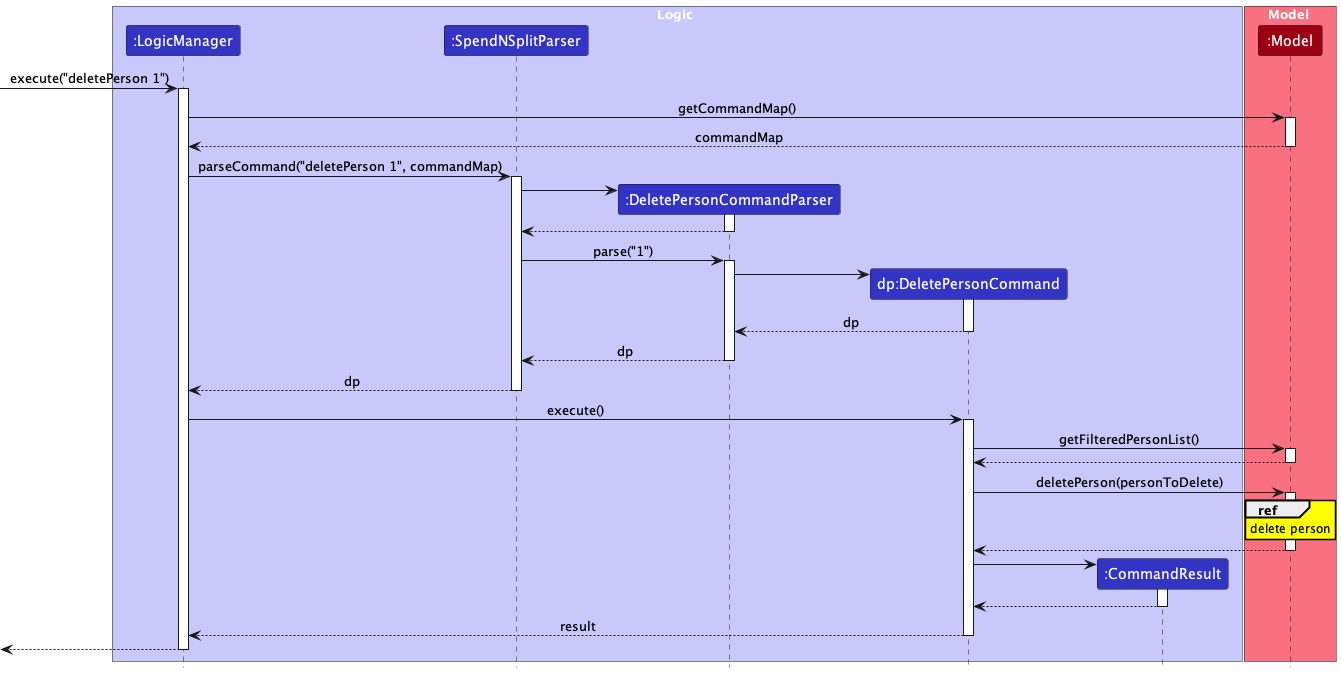
wui-hong/tp keeps this PlantUML diagram as docs/images/DeletePersonSequenceDiagram.png. Above is the earlier version.
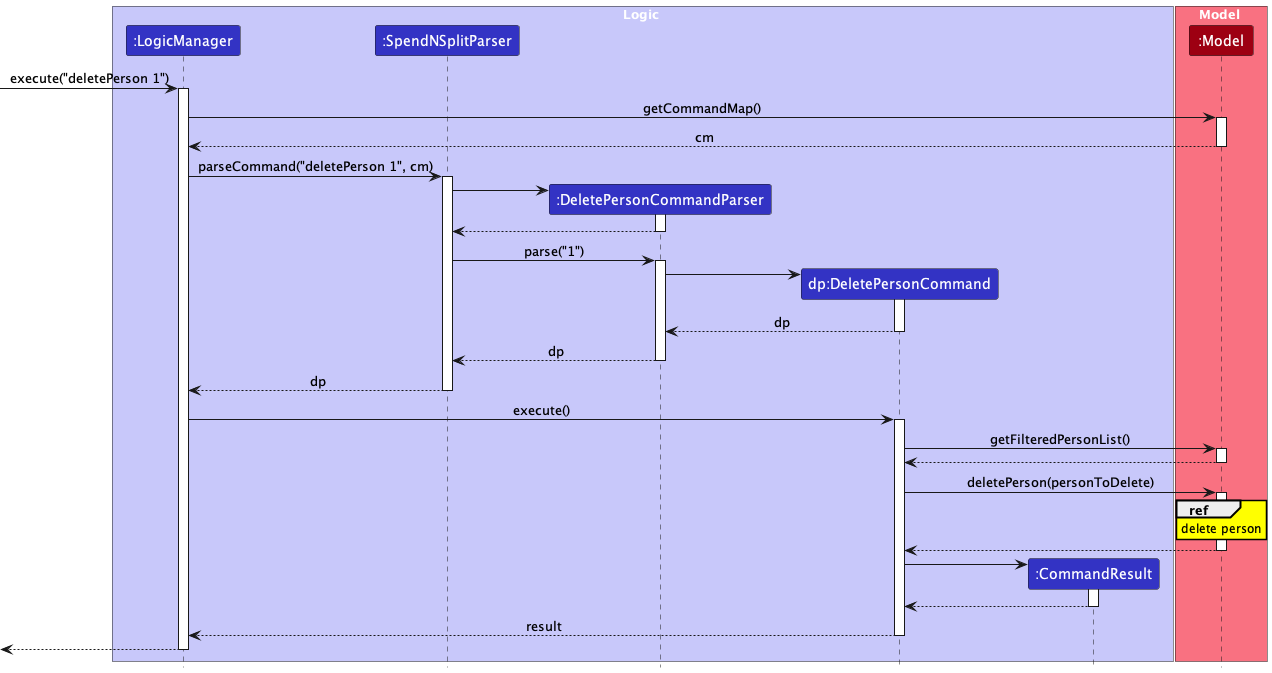
The same diagram one commit later.

Commit message:
Shorten sequence diagrams

Change to the diagram source:
```diff
@@ -20,10 +20,10 @@
 
 LogicManager -> Model : getCommandMap()
 activate Model
-Model --> LogicManager : commandMap
+Model --> LogicManager : cm
 deactivate Model
 
-LogicManager -> SpendNSplitParser : parseCommand("deletePerson 1", commandMap)
+LogicManager -> SpendNSplitParser : parseCommand("deletePerson 1", cm)
 activate SpendNSplitParser
 
 create DeletePersonCommandParser
```
